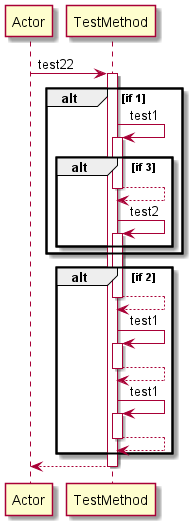
The PlantUML diagram Diagrams/BLOCK/test22.png in manucapo/Gardener, before a commit.
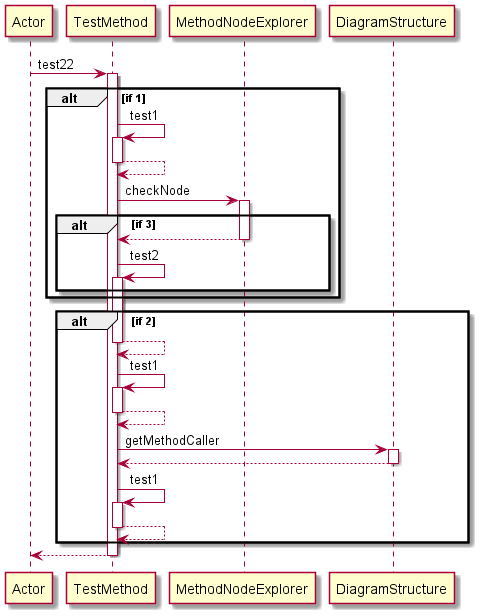
The same file after the commit.

The edit, as a diff of the source:
```diff
@@ -5,9 +5,13 @@
 alt if 1
 TestMethod -> TestMethod: test1
 activate TestMethod
-alt if 3
 TestMethod-->TestMethod
 deactivate TestMethod
+TestMethod -> MethodNodeExplorer: checkNode
+activate MethodNodeExplorer
+alt if 3
+MethodNodeExplorer-->TestMethod
+deactivate MethodNodeExplorer
 TestMethod -> TestMethod: test2
 activate TestMethod
 end
@@ -19,6 +23,10 @@
 activate TestMethod
 TestMethod-->TestMethod
 deactivate TestMethod
+TestMethod -> DiagramStructure: getMethodCaller
+activate DiagramStructure
+DiagramStructure-->TestMethod
+deactivate DiagramStructure
 TestMethod -> TestMethod: test1
 activate TestMethod
 TestMethod-->TestMethod
```
